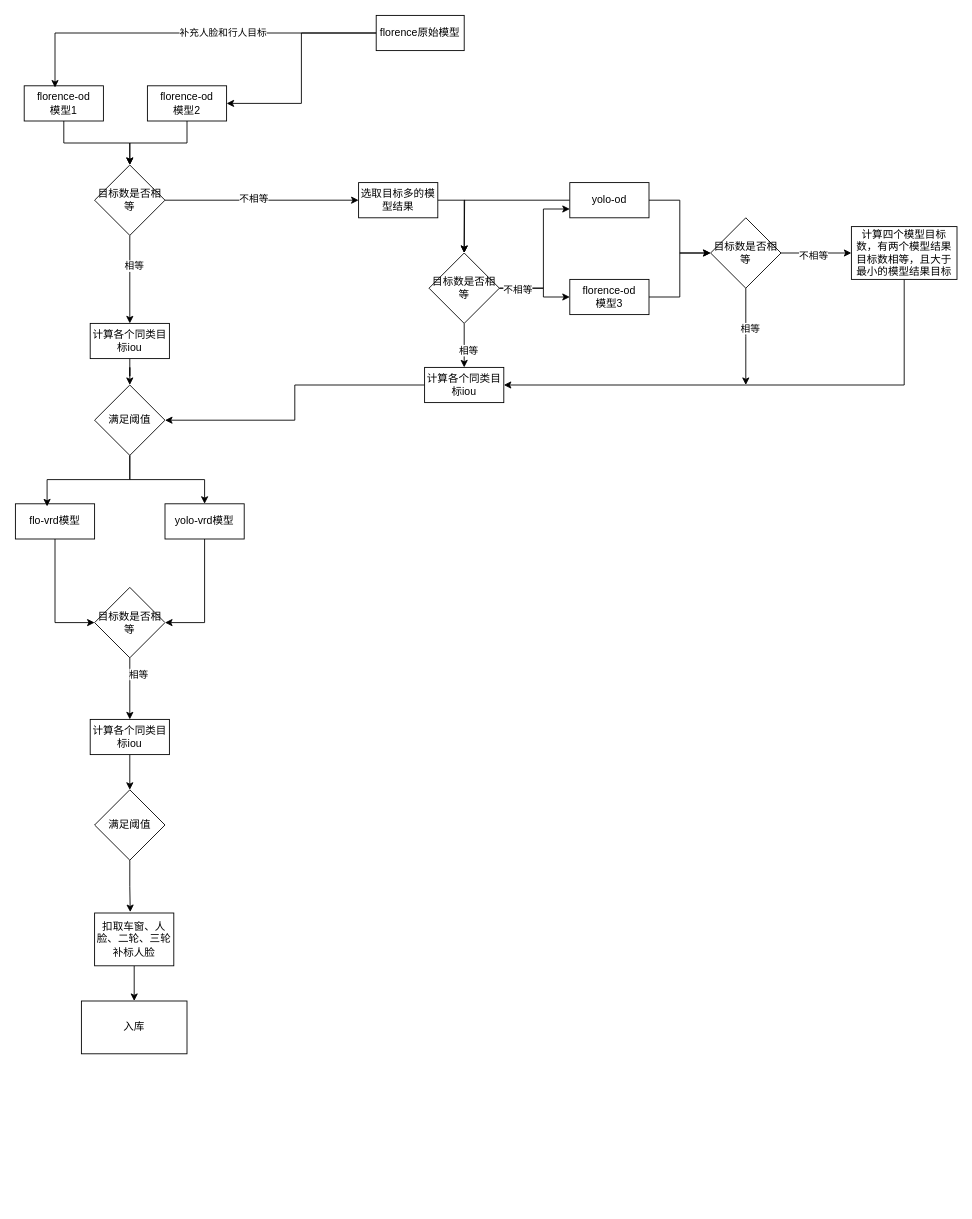
The draw.io diagram 标注工具.drawio in xiazi-yu/triton-server-read, before the edit. Source tidied: cells renumbered, new cells numbered last; positions are measured from the earlier drawing's top-left corner, leaving out a move shared by most shapes. Both pictures are drawn from the tidied source at 88%, with x=0, y=0 at pixel (15, 15).
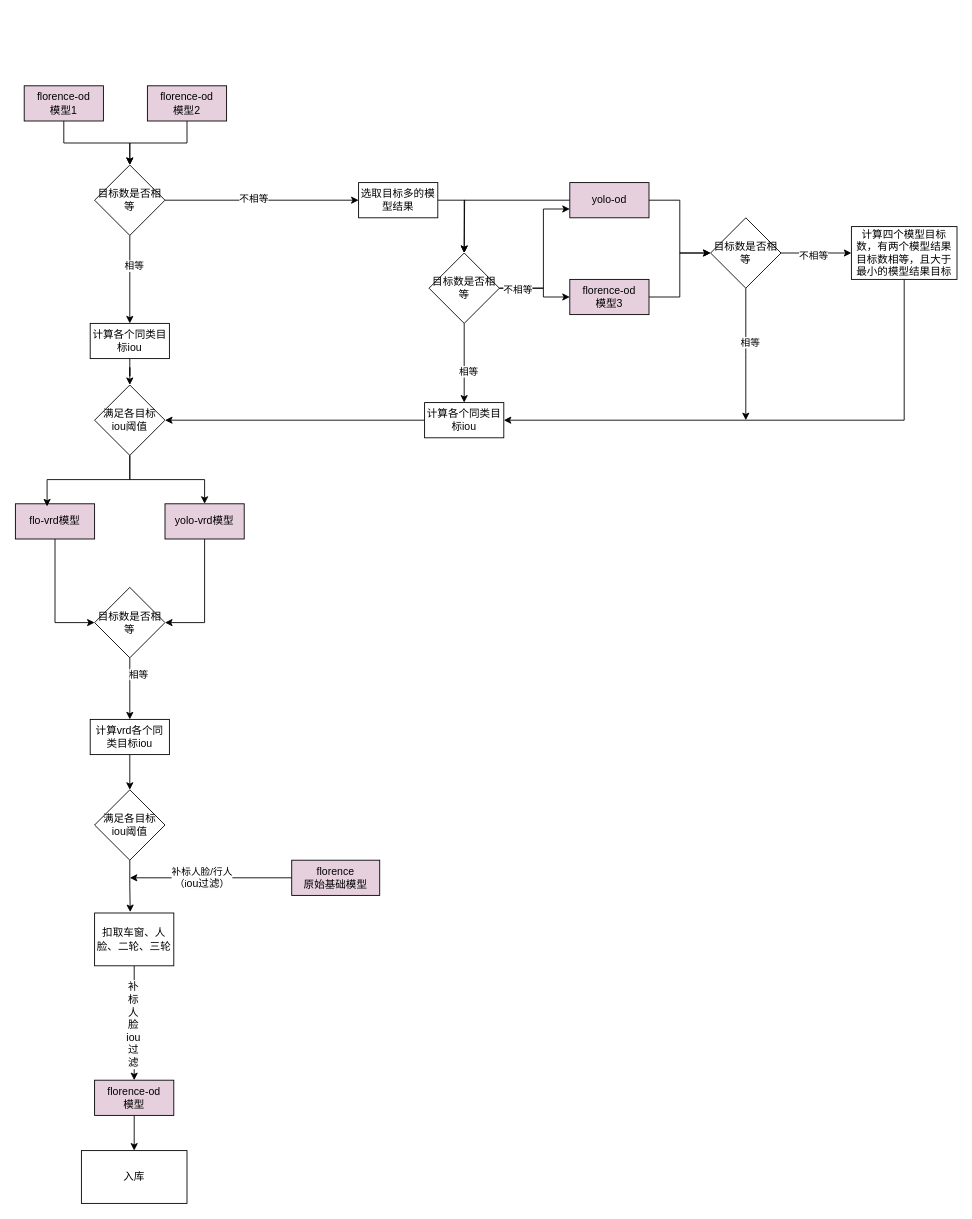
The same page after the edit.

Commit message (it also covers changes not shown here):
更新标注工具.drawio

Unchanged cells that the change refers to:
```xml
<mxCell id="53" value="目标数是否相等" style="rhombus;whiteSpace=wrap;html=1;" parent="1" vertex="1">
  <mxGeometry x="790" y="230" width="80" height="80" as="geometry" />
</mxCell>
```

What changed in the source:
```diff
@@
-    <mxCell id="2" style="edgeStyle=orthogonalEdgeStyle;rounded=0;jettySize=auto;html=1;entryX=1;entryY=0.5;entryDx=0;entryDy=0;" parent="1" edge="1" source="3" target="7">
-      <mxGeometry relative="1" as="geometry" />
-    </mxCell>
+    <mxCell id="56" style="edgeStyle=orthogonalEdgeStyle;rounded=0;jettySize=auto;html=1;" parent="1" edge="1" source="3">
+      <mxGeometry relative="1" as="geometry">
+        <mxPoint x="130" y="980" as="targetPoint" />
+      </mxGeometry>
+    </mxCell>
+    <mxCell id="57" value="补标人脸/行人&lt;div&gt;（i&lt;span style=&quot;font-size: 12px; text-wrap-mode: wrap; background-color: rgb(251, 251, 251);&quot;&gt;ou过滤&lt;/span&gt;）&lt;/div&gt;" style="edgeLabel;html=1;align=center;verticalAlign=middle;" parent="56" vertex="1">
+      <mxGeometry x="0.12" y="-1" relative="1" as="geometry" />
+    </mxCell>
-    <mxCell id="3" value="florence原始模型" style="rounded=0;whiteSpace=wrap;html=1;" parent="1" vertex="1">
-      <mxGeometry x="410" width="100" height="40" as="geometry" />
+    <mxCell id="3" value="florence&lt;div&gt;原始基础模型&lt;/div&gt;" style="rounded=0;whiteSpace=wrap;html=1;fillColor=#E6D0DE;" parent="1" vertex="1">
+      <mxGeometry x="314" y="960" width="100" height="40" as="geometry" />
     </mxCell>
@@
-    <mxCell id="5" value="florence-od&lt;div&gt;模型1&lt;/div&gt;" style="rounded=0;whiteSpace=wrap;html=1;" parent="1" vertex="1">
+    <mxCell id="5" value="florence-od&lt;div&gt;模型1&lt;/div&gt;" style="rounded=0;whiteSpace=wrap;html=1;fillColor=#E6D0DE;" parent="1" vertex="1">
       <mxGeometry x="10" y="80" width="90" height="40" as="geometry" />
     </mxCell>
@@
-    <mxCell id="7" value="florence-od&lt;div&gt;模型2&lt;/div&gt;" style="rounded=0;whiteSpace=wrap;html=1;" parent="1" vertex="1">
+    <mxCell id="7" value="florence-od&lt;div&gt;模型2&lt;/div&gt;" style="rounded=0;whiteSpace=wrap;html=1;fillColor=#E6D0DE;" parent="1" vertex="1">
       <mxGeometry x="150" y="80" width="90" height="40" as="geometry" />
     </mxCell>
@@
-    <mxCell id="15" style="edgeStyle=orthogonalEdgeStyle;rounded=0;jettySize=auto;html=1;entryX=0.389;entryY=0.05;entryDx=0;entryDy=0;entryPerimeter=0;" parent="1" edge="1" source="3" target="5">
-      <mxGeometry relative="1" as="geometry" />
-    </mxCell>
-    <mxCell id="16" value="补充人脸和行人目标" style="edgeLabel;html=1;align=center;verticalAlign=middle;" parent="15" vertex="1">
-      <mxGeometry x="-0.18" y="-1" relative="1" as="geometry" />
-    </mxCell>
@@
-    <mxCell id="18" value="满足阈值" style="rhombus;whiteSpace=wrap;html=1;" parent="1" vertex="1">
+    <mxCell id="18" value="满足各目标&lt;div&gt;iou阈值&lt;/div&gt;" style="rhombus;whiteSpace=wrap;html=1;" parent="1" vertex="1">
       <mxGeometry x="90" y="420" width="80" height="80" as="geometry" />
     </mxCell>
@@
-    <mxCell id="20" value="flo-vrd模型" style="rounded=0;whiteSpace=wrap;html=1;" parent="1" vertex="1">
+    <mxCell id="20" value="flo-vrd模型" style="rounded=0;whiteSpace=wrap;html=1;fillColor=#E6D0DE;" parent="1" vertex="1">
       <mxGeometry y="555" width="90" height="40" as="geometry" />
     </mxCell>
@@
-    <mxCell id="22" value="yolo-vrd模型" style="rounded=0;whiteSpace=wrap;html=1;" parent="1" vertex="1">
+    <mxCell id="22" value="yolo-vrd模型" style="rounded=0;whiteSpace=wrap;html=1;fillColor=#E6D0DE;" parent="1" vertex="1">
       <mxGeometry x="170" y="555" width="90" height="40" as="geometry" />
     </mxCell>
@@
-    <mxCell id="28" value="计算各个同类目标iou" style="rounded=0;whiteSpace=wrap;html=1;" parent="1" vertex="1">
+    <mxCell id="28" value="计算vrd各个同类目标iou" style="rounded=0;whiteSpace=wrap;html=1;" parent="1" vertex="1">
       <mxGeometry x="85" y="800" width="90" height="40" as="geometry" />
     </mxCell>
-    <mxCell id="29" value="满足阈值" style="rhombus;whiteSpace=wrap;html=1;" parent="1" vertex="1">
+    <mxCell id="29" value="满足各目标&lt;div&gt;iou阈值&lt;/div&gt;" style="rhombus;whiteSpace=wrap;html=1;" parent="1" vertex="1">
       <mxGeometry x="90" y="880" width="80" height="80" as="geometry" />
     </mxCell>
-    <mxCell id="30" style="edgeStyle=orthogonalEdgeStyle;rounded=0;jettySize=auto;html=1;entryX=0.5;entryY=0;entryDx=0;entryDy=0;" parent="1" edge="1" source="31" target="33">
-      <mxGeometry relative="1" as="geometry" />
-    </mxCell>
+    <mxCell id="58" style="edgeStyle=orthogonalEdgeStyle;rounded=0;jettySize=auto;html=1;" parent="1" edge="1" source="31" target="61">
+      <mxGeometry relative="1" as="geometry" />
+    </mxCell>
+    <mxCell id="59" value="&lt;span style=&quot;font-size: 12px; text-wrap-mode: wrap; background-color: rgb(251, 251, 251);&quot;&gt;补标人脸&lt;/span&gt;&lt;div&gt;&lt;span style=&quot;font-size: 12px; text-wrap-mode: wrap; background-color: rgb(251, 251, 251);&quot;&gt;iou过滤&lt;/span&gt;&lt;/div&gt;" style="edgeLabel;html=1;align=center;verticalAlign=middle;" parent="58" vertex="1">
+      <mxGeometry x="0.02" y="-2" relative="1" as="geometry" />
+    </mxCell>
-    <mxCell id="31" value="扣取车窗、人脸、二轮、三轮补标人脸" style="rounded=0;whiteSpace=wrap;html=1;" parent="1" vertex="1">
+    <mxCell id="31" value="扣取车窗、人脸、二轮、三轮" style="rounded=0;whiteSpace=wrap;html=1;" parent="1" vertex="1">
       <mxGeometry x="90" y="1020" width="90" height="60" as="geometry" />
     </mxCell>
@@
     <mxCell id="33" value="入库" style="rounded=0;whiteSpace=wrap;html=1;" parent="1" vertex="1">
-      <mxGeometry x="75" y="1120" width="120" height="60" as="geometry" />
+      <mxGeometry x="75" y="1290" width="120" height="60" as="geometry" />
     </mxCell>
@@
-    <mxCell id="38" value="yolo-od" style="rounded=0;whiteSpace=wrap;html=1;" parent="1" vertex="1">
+    <mxCell id="38" value="yolo-od" style="rounded=0;whiteSpace=wrap;html=1;fillColor=#E6D0DE;" parent="1" vertex="1">
       <mxGeometry x="630" y="190" width="90" height="40" as="geometry" />
     </mxCell>
@@
     <mxCell id="46" value="计算各个同类目标iou" style="rounded=0;whiteSpace=wrap;html=1;" parent="1" vertex="1">
-      <mxGeometry x="465" y="400" width="90" height="40" as="geometry" />
+      <mxGeometry x="465" y="440" width="90" height="40" as="geometry" />
     </mxCell>
@@
-    <mxCell id="48" value="florence-od&lt;div&gt;模型3&lt;/div&gt;" style="rounded=0;whiteSpace=wrap;html=1;" parent="1" vertex="1">
+    <mxCell id="48" value="florence-od&lt;div&gt;模型3&lt;/div&gt;" style="rounded=0;whiteSpace=wrap;html=1;fillColor=#E6D0DE;" parent="1" vertex="1">
       <mxGeometry x="630" y="300" width="90" height="40" as="geometry" />
     </mxCell>
@@
     <mxCell id="51" style="edgeStyle=orthogonalEdgeStyle;rounded=0;jettySize=auto;html=1;" parent="1" edge="1" source="53">
       <mxGeometry relative="1" as="geometry">
-        <mxPoint x="830" y="420" as="targetPoint" />
+        <mxPoint x="830" y="460" as="targetPoint" />
       </mxGeometry>
     </mxCell>
@@
+    <mxCell id="60" style="edgeStyle=orthogonalEdgeStyle;rounded=0;jettySize=auto;html=1;exitX=0.5;exitY=1;exitDx=0;exitDy=0;entryX=0.5;entryY=0;entryDx=0;entryDy=0;" parent="1" edge="1" source="61" target="33">
+      <mxGeometry relative="1" as="geometry" />
+    </mxCell>
+    <mxCell id="61" value="florence-od&lt;div&gt;模型&lt;/div&gt;" style="rounded=0;whiteSpace=wrap;html=1;fillColor=#E6D0DE;" parent="1" vertex="1">
+      <mxGeometry x="90" y="1210" width="90" height="40" as="geometry" />
+    </mxCell>
```
